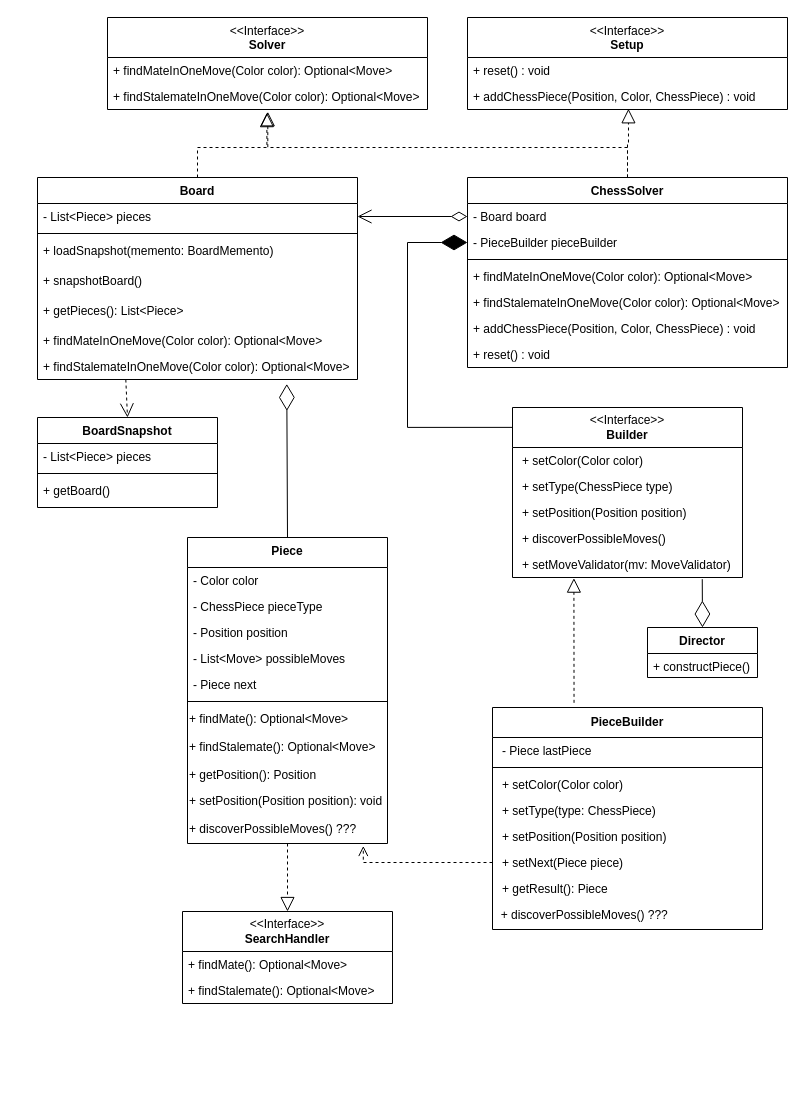
Earlier version of the draw.io diagram page "ChessSolver" (1 of 7) of docs/chess.drawio (krzkro4122/uj_chess-solver). Source tidied: cells renumbered, new cells numbered last; positions are measured from the earlier drawing's top-left corner, leaving out a move shared by most shapes. Both pictures are drawn from the tidied source at 100%, with x=0, y=0 at pixel (37, 17).
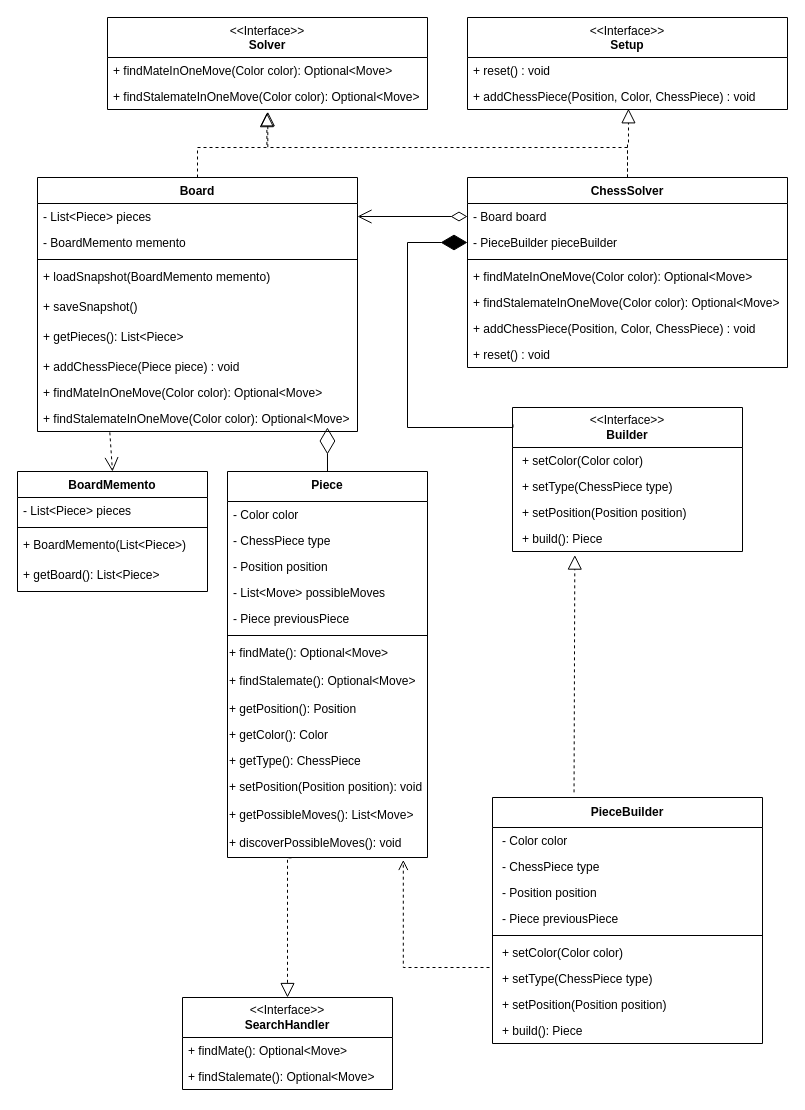
The same page after the edit.

Commit message:
Keeping the UML up to date

What changed in the source:
```diff
@@
-    <mxCell id="2" value="Director" style="swimlane;fontStyle=1;align=center;verticalAlign=top;horizontal=1;startSize=26;whiteSpace=wrap;html=1;" parent="1" vertex="1">
-      <mxGeometry x="610" y="610" width="110" height="50" as="geometry" />
-    </mxCell>
-    <mxCell id="3" value="+ constructPiece()" style="text;strokeColor=none;fillColor=none;align=left;verticalAlign=top;spacingLeft=4;spacingRight=4;overflow=hidden;whiteSpace=wrap;html=1;" parent="2" vertex="1">
-      <mxGeometry y="26" width="110" height="24" as="geometry" />
-    </mxCell>
-    <mxCell id="4" style="endArrow=diamondThin;endFill=0;endSize=24;html=1;rounded=0;entryX=0.5;entryY=0;entryDx=0;entryDy=0;exitX=0.825;exitY=1.065;exitDx=0;exitDy=0;exitPerimeter=0;" parent="1" edge="1" source="10" target="2">
-      <mxGeometry relative="1" as="geometry" />
-    </mxCell>
     <mxCell id="5" value="&amp;lt;&amp;lt;Interface&amp;gt;&amp;gt;&lt;br&gt;&lt;b&gt;Builder&lt;/b&gt;" style="swimlane;fontStyle=0;horizontal=1;startSize=40;fillColor=none;whiteSpace=wrap;html=1;" parent="1" vertex="1">
-      <mxGeometry x="475" y="390" width="230" height="170" as="geometry" />
+      <mxGeometry x="475" y="390" width="230" height="144" as="geometry" />
     </mxCell>
@@
-    <mxCell id="9" value="&lt;p style=&quot;border-color: var(--border-color); margin: 0px 0px 0px 4px;&quot;&gt;+ discoverPossibleMoves()&lt;/p&gt;&lt;p style=&quot;border-color: var(--border-color); margin: 0px 0px 0px 4px;&quot;&gt;&lt;br&gt;&lt;/p&gt;" style="text;strokeColor=none;fillColor=none;align=left;verticalAlign=top;spacingLeft=4;spacingRight=4;overflow=hidden;whiteSpace=wrap;html=1;" parent="5" vertex="1">
-      <mxGeometry y="118" width="230" height="26" as="geometry" />
-    </mxCell>
-    <mxCell id="10" value="&lt;p style=&quot;border-color: var(--border-color); margin: 0px 0px 0px 4px;&quot;&gt;+ setMoveValidator(mv: MoveValidator)&lt;br&gt;&lt;/p&gt;" style="text;strokeColor=none;fillColor=none;align=left;verticalAlign=top;spacingLeft=4;spacingRight=4;overflow=hidden;points=[[0,0.5],[1,0.5]];portConstraint=eastwest;whiteSpace=wrap;html=1;" parent="5" vertex="1">
-      <mxGeometry y="144" width="230" height="26" as="geometry" />
-    </mxCell>
+    <mxCell id="71" value="&lt;p style=&quot;border-color: var(--border-color); margin: 0px 0px 0px 4px;&quot;&gt;+ build(): Piece&lt;/p&gt;&lt;p style=&quot;border-color: var(--border-color); margin: 0px 0px 0px 4px;&quot;&gt;&lt;br&gt;&lt;/p&gt;" style="text;strokeColor=none;fillColor=none;align=left;verticalAlign=top;spacingLeft=4;spacingRight=4;overflow=hidden;points=[[0,0.5],[1,0.5]];portConstraint=eastwest;whiteSpace=wrap;html=1;" parent="5" vertex="1">
+      <mxGeometry y="118" width="230" height="26" as="geometry" />
+    </mxCell>
     <mxCell id="11" value="&lt;b&gt;PieceBuilder&lt;/b&gt;" style="swimlane;fontStyle=0;horizontal=1;startSize=30;fillColor=none;whiteSpace=wrap;html=1;" parent="1" vertex="1">
-      <mxGeometry x="455" y="690" width="270" height="222" as="geometry" />
+      <mxGeometry x="455" y="780" width="270" height="246" as="geometry" />
     </mxCell>
+    <mxCell id="72" value="&lt;p style=&quot;border-color: var(--border-color); margin: 0px 0px 0px 4px;&quot;&gt;- Color color&lt;/p&gt;" style="text;strokeColor=none;fillColor=none;align=left;verticalAlign=top;spacingLeft=4;spacingRight=4;overflow=hidden;whiteSpace=wrap;html=1;" parent="11" vertex="1">
+      <mxGeometry y="30" width="270" height="26" as="geometry" />
+    </mxCell>
-    <mxCell id="12" value="&lt;p style=&quot;border-color: var(--border-color); margin: 0px 0px 0px 4px;&quot;&gt;- Piece lastPiece&lt;/p&gt;&lt;p style=&quot;border-color: var(--border-color); margin: 0px 0px 0px 4px;&quot;&gt;&lt;br&gt;&lt;/p&gt;" style="text;strokeColor=none;fillColor=none;align=left;verticalAlign=top;spacingLeft=4;spacingRight=4;overflow=hidden;whiteSpace=wrap;html=1;" parent="11" vertex="1">
-      <mxGeometry y="30" width="270" height="26" as="geometry" />
+    <mxCell id="12" value="&lt;p style=&quot;border-color: var(--border-color); margin: 0px 0px 0px 4px;&quot;&gt;- ChessPiece type&lt;/p&gt;&lt;p style=&quot;border-color: var(--border-color); margin: 0px 0px 0px 4px;&quot;&gt;&lt;br&gt;&lt;/p&gt;" style="text;strokeColor=none;fillColor=none;align=left;verticalAlign=top;spacingLeft=4;spacingRight=4;overflow=hidden;whiteSpace=wrap;html=1;" parent="11" vertex="1">
+      <mxGeometry y="56" width="270" height="26" as="geometry" />
     </mxCell>
+    <mxCell id="73" value="&lt;p style=&quot;border-color: var(--border-color); margin: 0px 0px 0px 4px;&quot;&gt;- Position position&lt;/p&gt;&lt;p style=&quot;border-color: var(--border-color); margin: 0px 0px 0px 4px;&quot;&gt;&lt;br&gt;&lt;/p&gt;" style="text;strokeColor=none;fillColor=none;align=left;verticalAlign=top;spacingLeft=4;spacingRight=4;overflow=hidden;whiteSpace=wrap;html=1;" parent="11" vertex="1">
+      <mxGeometry y="82" width="270" height="26" as="geometry" />
+    </mxCell>
+    <mxCell id="74" value="&lt;p style=&quot;border-color: var(--border-color); margin: 0px 0px 0px 4px;&quot;&gt;- Piece previousPiece&lt;/p&gt;&lt;p style=&quot;border-color: var(--border-color); margin: 0px 0px 0px 4px;&quot;&gt;&lt;br&gt;&lt;/p&gt;" style="text;strokeColor=none;fillColor=none;align=left;verticalAlign=top;spacingLeft=4;spacingRight=4;overflow=hidden;whiteSpace=wrap;html=1;" parent="11" vertex="1">
+      <mxGeometry y="108" width="270" height="26" as="geometry" />
+    </mxCell>
     <mxCell id="13" style="line;strokeWidth=1;fillColor=none;align=left;verticalAlign=middle;spacingTop=-1;spacingLeft=3;spacingRight=3;labelPosition=right;strokeColor=inherit;" parent="11" vertex="1">
-      <mxGeometry y="56" width="270" height="8" as="geometry" />
+      <mxGeometry y="134" width="270" height="8" as="geometry" />
     </mxCell>
     <mxCell id="14" value="&lt;p style=&quot;border-color: var(--border-color); margin: 0px 0px 0px 4px;&quot;&gt;+ setColor(Color color)&lt;br style=&quot;border-color: var(--border-color);&quot;&gt;&lt;/p&gt;&lt;p style=&quot;border-color: var(--border-color); margin: 0px 0px 0px 4px;&quot;&gt;&lt;br&gt;&lt;/p&gt;" style="text;strokeColor=none;fillColor=none;align=left;verticalAlign=top;spacingLeft=4;spacingRight=4;overflow=hidden;whiteSpace=wrap;html=1;" parent="11" vertex="1">
-      <mxGeometry y="64" width="270" height="26" as="geometry" />
+      <mxGeometry y="142" width="270" height="26" as="geometry" />
     </mxCell>
-    <mxCell id="15" value="&lt;p style=&quot;border-color: var(--border-color); margin: 0px 0px 0px 4px;&quot;&gt;+ setType(type: ChessPiece)&lt;br style=&quot;border-color: var(--border-color);&quot;&gt;&lt;/p&gt;&lt;p style=&quot;border-color: var(--border-color); margin: 0px 0px 0px 4px;&quot;&gt;&lt;br&gt;&lt;/p&gt;" style="text;strokeColor=none;fillColor=none;align=left;verticalAlign=top;spacingLeft=4;spacingRight=4;overflow=hidden;whiteSpace=wrap;html=1;" parent="11" vertex="1">
-      <mxGeometry y="90" width="270" height="26" as="geometry" />
+    <mxCell id="15" value="&lt;p style=&quot;border-color: var(--border-color); margin: 0px 0px 0px 4px;&quot;&gt;+ setType(ChessPiece type)&lt;br style=&quot;border-color: var(--border-color);&quot;&gt;&lt;/p&gt;&lt;p style=&quot;border-color: var(--border-color); margin: 0px 0px 0px 4px;&quot;&gt;&lt;br&gt;&lt;/p&gt;" style="text;strokeColor=none;fillColor=none;align=left;verticalAlign=top;spacingLeft=4;spacingRight=4;overflow=hidden;whiteSpace=wrap;html=1;" parent="11" vertex="1">
+      <mxGeometry y="168" width="270" height="26" as="geometry" />
     </mxCell>
     <mxCell id="16" value="&lt;p style=&quot;border-color: var(--border-color); margin: 0px 0px 0px 4px;&quot;&gt;+ setPosition(Position position)&lt;br&gt;&lt;/p&gt;" style="text;strokeColor=none;fillColor=none;align=left;verticalAlign=top;spacingLeft=4;spacingRight=4;overflow=hidden;whiteSpace=wrap;html=1;" parent="11" vertex="1">
-      <mxGeometry y="116" width="270" height="26" as="geometry" />
+      <mxGeometry y="194" width="270" height="26" as="geometry" />
     </mxCell>
-    <mxCell id="17" value="&lt;p style=&quot;border-color: var(--border-color); margin: 0px 0px 0px 4px;&quot;&gt;+ setNext(Piece piece)&lt;br&gt;&lt;/p&gt;" style="text;strokeColor=none;fillColor=none;align=left;verticalAlign=top;spacingLeft=4;spacingRight=4;overflow=hidden;points=[[0,0.5],[1,0.5]];portConstraint=eastwest;whiteSpace=wrap;html=1;" parent="11" vertex="1">
-      <mxGeometry y="142" width="270" height="26" as="geometry" />
-    </mxCell>
-    <mxCell id="18" value="&lt;p style=&quot;border-color: var(--border-color); margin: 0px 0px 0px 4px;&quot;&gt;+ getResult(): Piece&lt;br&gt;&lt;/p&gt;" style="text;strokeColor=none;fillColor=none;align=left;verticalAlign=top;spacingLeft=4;spacingRight=4;overflow=hidden;whiteSpace=wrap;html=1;" parent="11" vertex="1">
-      <mxGeometry y="168" width="270" height="26" as="geometry" />
+    <mxCell id="18" value="&lt;p style=&quot;border-color: var(--border-color); margin: 0px 0px 0px 4px;&quot;&gt;+ build(): Piece&lt;br&gt;&lt;/p&gt;" style="text;strokeColor=none;fillColor=none;align=left;verticalAlign=top;spacingLeft=4;spacingRight=4;overflow=hidden;whiteSpace=wrap;html=1;" parent="11" vertex="1">
+      <mxGeometry y="220" width="270" height="26" as="geometry" />
     </mxCell>
-    <mxCell id="19" value="&amp;nbsp; + discoverPossibleMoves() ???" style="text;whiteSpace=wrap;html=1;" parent="11" vertex="1">
-      <mxGeometry y="194" width="270" height="28" as="geometry" />
-    </mxCell>
-    <mxCell id="20" style="endArrow=block;dashed=1;endFill=0;endSize=12;html=1;rounded=0;exitX=0.302;exitY=-0.021;exitDx=0;exitDy=0;exitPerimeter=0;entryX=0.267;entryY=1.024;entryDx=0;entryDy=0;entryPerimeter=0;" parent="1" edge="1" source="11" target="10">
+    <mxCell id="20" style="endArrow=block;dashed=1;endFill=0;endSize=12;html=1;rounded=0;exitX=0.302;exitY=-0.021;exitDx=0;exitDy=0;exitPerimeter=0;entryX=0.271;entryY=1.138;entryDx=0;entryDy=0;entryPerimeter=0;" parent="1" edge="1" source="11" target="71">
       <mxGeometry relative="1" as="geometry" />
     </mxCell>
     <mxCell id="21" value="Board" style="swimlane;fontStyle=1;align=center;verticalAlign=top;horizontal=1;startSize=26;whiteSpace=wrap;html=1;" parent="1" vertex="1">
-      <mxGeometry y="160" width="320" height="202" as="geometry" />
+      <mxGeometry y="160" width="320" height="254" as="geometry" />
     </mxCell>
@@
+    <mxCell id="75" value="- BoardMemento memento" style="text;strokeColor=none;fillColor=none;align=left;verticalAlign=top;spacingLeft=4;spacingRight=4;overflow=hidden;whiteSpace=wrap;html=1;" parent="21" vertex="1">
+      <mxGeometry y="52" width="320" height="26" as="geometry" />
+    </mxCell>
     <mxCell id="23" style="line;strokeWidth=1;fillColor=none;align=left;verticalAlign=middle;spacingTop=-1;spacingLeft=3;spacingRight=3;labelPosition=right;strokeColor=inherit;" parent="21" vertex="1">
-      <mxGeometry y="52" width="320" height="8" as="geometry" />
+      <mxGeometry y="78" width="320" height="8" as="geometry" />
     </mxCell>
-    <mxCell id="24" value="+ loadSnapshot(memento: BoardMemento)" style="text;strokeColor=none;fillColor=none;align=left;verticalAlign=top;spacingLeft=4;spacingRight=4;overflow=hidden;whiteSpace=wrap;html=1;" parent="21" vertex="1">
-      <mxGeometry y="60" width="320" height="30" as="geometry" />
+    <mxCell id="24" value="+ loadSnapshot(BoardMemento memento)" style="text;strokeColor=none;fillColor=none;align=left;verticalAlign=top;spacingLeft=4;spacingRight=4;overflow=hidden;whiteSpace=wrap;html=1;" parent="21" vertex="1">
+      <mxGeometry y="86" width="320" height="30" as="geometry" />
     </mxCell>
-    <mxCell id="25" value="+ snapshotBoard()" style="text;strokeColor=none;fillColor=none;align=left;verticalAlign=top;spacingLeft=4;spacingRight=4;overflow=hidden;whiteSpace=wrap;html=1;" parent="21" vertex="1">
-      <mxGeometry y="90" width="320" height="30" as="geometry" />
+    <mxCell id="25" value="+ saveSnapshot()" style="text;strokeColor=none;fillColor=none;align=left;verticalAlign=top;spacingLeft=4;spacingRight=4;overflow=hidden;whiteSpace=wrap;html=1;" parent="21" vertex="1">
+      <mxGeometry y="116" width="320" height="30" as="geometry" />
     </mxCell>
     <mxCell id="26" value="+ getPieces(): List&amp;lt;Piece&amp;gt;" style="text;strokeColor=none;fillColor=none;align=left;verticalAlign=top;spacingLeft=4;spacingRight=4;overflow=hidden;whiteSpace=wrap;html=1;" parent="21" vertex="1">
-      <mxGeometry y="120" width="320" height="30" as="geometry" />
+      <mxGeometry y="146" width="320" height="30" as="geometry" />
     </mxCell>
+    <mxCell id="76" value="+ addChessPiece(Piece piece) : void" style="text;align=left;verticalAlign=top;spacingLeft=4;spacingRight=4;overflow=hidden;rounded=0;shadow=0;html=0;" parent="21" vertex="1">
+      <mxGeometry y="176" width="320" height="26" as="geometry" />
+    </mxCell>
     <mxCell id="27" value="+&amp;nbsp;findMateInOneMove&lt;span style=&quot;background-color: initial;&quot;&gt;(Color color): Optional&amp;lt;Move&amp;gt;&lt;/span&gt;" style="text;strokeColor=none;fillColor=none;align=left;verticalAlign=top;spacingLeft=4;spacingRight=4;overflow=hidden;whiteSpace=wrap;html=1;" parent="21" vertex="1">
-      <mxGeometry y="150" width="320" height="26" as="geometry" />
+      <mxGeometry y="202" width="320" height="26" as="geometry" />
     </mxCell>
     <mxCell id="28" value="+&amp;nbsp;findStalemateInOneMove(Color color): Optional&amp;lt;Move&amp;gt;" style="text;strokeColor=none;fillColor=none;align=left;verticalAlign=top;spacingLeft=4;spacingRight=4;overflow=hidden;points=[[0,0.5],[1,0.5]];portConstraint=eastwest;whiteSpace=wrap;html=1;" parent="21" vertex="1">
-      <mxGeometry y="176" width="320" height="26" as="geometry" />
+      <mxGeometry y="228" width="320" height="26" as="geometry" />
     </mxCell>
-    <mxCell id="29" value="BoardSnapshot" style="swimlane;fontStyle=1;align=center;verticalAlign=top;horizontal=1;startSize=26;whiteSpace=wrap;html=1;" parent="1" vertex="1">
-      <mxGeometry y="400" width="180" height="90" as="geometry" />
+    <mxCell id="29" value="BoardMemento" style="swimlane;fontStyle=1;align=center;verticalAlign=top;horizontal=1;startSize=26;whiteSpace=wrap;html=1;" parent="1" vertex="1">
+      <mxGeometry x="-20" y="454" width="190" height="120" as="geometry" />
     </mxCell>
     <mxCell id="30" value="- List&amp;lt;Piece&amp;gt; pieces" style="text;strokeColor=none;fillColor=none;align=left;verticalAlign=top;spacingLeft=4;spacingRight=4;overflow=hidden;whiteSpace=wrap;html=1;" parent="29" vertex="1">
-      <mxGeometry y="26" width="180" height="26" as="geometry" />
+      <mxGeometry y="26" width="190" height="26" as="geometry" />
     </mxCell>
     <mxCell id="31" style="line;strokeWidth=1;fillColor=none;align=left;verticalAlign=middle;spacingTop=-1;spacingLeft=3;spacingRight=3;labelPosition=right;strokeColor=inherit;" parent="29" vertex="1">
-      <mxGeometry y="52" width="180" height="8" as="geometry" />
+      <mxGeometry y="52" width="190" height="8" as="geometry" />
     </mxCell>
-    <mxCell id="32" value="+ getBoard()" style="text;strokeColor=none;fillColor=none;align=left;verticalAlign=top;spacingLeft=4;spacingRight=4;overflow=hidden;whiteSpace=wrap;html=1;" parent="29" vertex="1">
-      <mxGeometry y="60" width="180" height="30" as="geometry" />
+    <mxCell id="32" value="+ BoardMemento(List&amp;lt;Piece&amp;gt;)&amp;nbsp;" style="text;strokeColor=none;fillColor=none;align=left;verticalAlign=top;spacingLeft=4;spacingRight=4;overflow=hidden;whiteSpace=wrap;html=1;" parent="29" vertex="1">
+      <mxGeometry y="60" width="190" height="30" as="geometry" />
     </mxCell>
+    <mxCell id="77" value="+ getBoard(): List&amp;lt;Piece&amp;gt;" style="text;strokeColor=none;fillColor=none;align=left;verticalAlign=top;spacingLeft=4;spacingRight=4;overflow=hidden;whiteSpace=wrap;html=1;" parent="29" vertex="1">
+      <mxGeometry y="90" width="190" height="30" as="geometry" />
+    </mxCell>
     <mxCell id="33" value="Piece" style="swimlane;fontStyle=1;align=center;verticalAlign=top;horizontal=1;startSize=30;whiteSpace=wrap;html=1;" parent="1" vertex="1">
-      <mxGeometry x="150" y="520" width="200" height="306" as="geometry" />
+      <mxGeometry x="190" y="454" width="200" height="386" as="geometry" />
     </mxCell>
@@
-    <mxCell id="35" value="- ChessPiece pieceType" style="text;align=left;verticalAlign=top;spacingLeft=4;spacingRight=4;overflow=hidden;rounded=0;shadow=0;html=0;" parent="33" vertex="1">
+    <mxCell id="35" value="- ChessPiece type" style="text;align=left;verticalAlign=top;spacingLeft=4;spacingRight=4;overflow=hidden;rounded=0;shadow=0;html=0;" parent="33" vertex="1">
       <mxGeometry y="56" width="200" height="26" as="geometry" />
     </mxCell>
@@
-    <mxCell id="38" value="- Piece next" style="text;align=left;verticalAlign=top;spacingLeft=4;spacingRight=4;overflow=hidden;rounded=0;shadow=0;html=0;" parent="33" vertex="1">
+    <mxCell id="38" value="- Piece previousPiece" style="text;align=left;verticalAlign=top;spacingLeft=4;spacingRight=4;overflow=hidden;rounded=0;shadow=0;html=0;" parent="33" vertex="1">
       <mxGeometry y="134" width="200" height="26" as="geometry" />
     </mxCell>
@@
+    <mxCell id="78" value="+ getColor(): Color" style="text;whiteSpace=wrap;html=1;" parent="33" vertex="1">
+      <mxGeometry y="250" width="200" height="26" as="geometry" />
+    </mxCell>
+    <mxCell id="79" value="+ getType(): ChessPiece" style="text;whiteSpace=wrap;html=1;" parent="33" vertex="1">
+      <mxGeometry y="276" width="200" height="26" as="geometry" />
+    </mxCell>
     <mxCell id="43" value="+ setPosition(Position position): void" style="text;whiteSpace=wrap;html=1;" parent="33" vertex="1">
-      <mxGeometry y="250" width="200" height="28" as="geometry" />
+      <mxGeometry y="302" width="200" height="28" as="geometry" />
     </mxCell>
+    <mxCell id="80" value="+ getPossibleMoves(): List&amp;lt;Move&amp;gt;" style="text;whiteSpace=wrap;html=1;" parent="33" vertex="1">
+      <mxGeometry y="330" width="200" height="28" as="geometry" />
+    </mxCell>
-    <mxCell id="44" value="+ discoverPossibleMoves() ???&lt;br&gt;" style="text;whiteSpace=wrap;html=1;" parent="33" vertex="1">
-      <mxGeometry y="278" width="200" height="28" as="geometry" />
+    <mxCell id="44" value="+ discoverPossibleMoves(): void" style="text;whiteSpace=wrap;html=1;" parent="33" vertex="1">
+      <mxGeometry y="358" width="200" height="28" as="geometry" />
     </mxCell>
@@
-    <mxCell id="61" style="endArrow=open;endSize=12;dashed=1;html=1;rounded=0;entryX=0.5;entryY=0;entryDx=0;entryDy=0;exitX=0.276;exitY=1.003;exitDx=0;exitDy=0;exitPerimeter=0;" parent="1" edge="1" source="28" target="29">
+    <mxCell id="61" style="endArrow=open;endSize=12;dashed=1;html=1;rounded=0;entryX=0.5;entryY=0;entryDx=0;entryDy=0;exitX=0.226;exitY=1.034;exitDx=0;exitDy=0;exitPerimeter=0;" parent="1" edge="1" source="28" target="29">
       <mxGeometry relative="1" as="geometry" />
     </mxCell>
@@
-    <mxCell id="63" style="endArrow=diamondThin;endFill=0;endSize=24;html=1;rounded=0;exitX=0.5;exitY=0;exitDx=0;exitDy=0;entryX=0.779;entryY=1.171;entryDx=0;entryDy=0;entryPerimeter=0;" parent="1" edge="1" source="33" target="28">
+    <mxCell id="63" style="endArrow=diamondThin;endFill=0;endSize=24;html=1;rounded=0;exitX=0.5;exitY=0;exitDx=0;exitDy=0;entryX=0.906;entryY=0.846;entryDx=0;entryDy=0;entryPerimeter=0;" parent="1" edge="1" source="33" target="28">
       <mxGeometry relative="1" as="geometry" />
     </mxCell>
     <mxCell id="64" value="&amp;lt;&amp;lt;Interface&amp;gt;&amp;gt;&lt;br&gt;&lt;b&gt;SearchHandler&lt;/b&gt;" style="swimlane;fontStyle=0;horizontal=1;startSize=40;fillColor=none;whiteSpace=wrap;html=1;" parent="1" vertex="1">
-      <mxGeometry x="145" y="894" width="210" height="92" as="geometry" />
+      <mxGeometry x="145" y="980" width="210" height="92" as="geometry" />
     </mxCell>
@@
-    <mxCell id="67" style="html=1;verticalAlign=bottom;endArrow=open;dashed=1;endSize=8;edgeStyle=orthogonalEdgeStyle;elbow=vertical;rounded=0;entryX=0.879;entryY=1.088;entryDx=0;entryDy=0;exitX=0;exitY=0.5;exitDx=0;exitDy=0;entryPerimeter=0;" parent="1" edge="1" source="17" target="44">
-      <mxGeometry relative="1" as="geometry" />
+    <mxCell id="67" style="html=1;verticalAlign=bottom;endArrow=open;dashed=1;endSize=8;edgeStyle=orthogonalEdgeStyle;elbow=vertical;rounded=0;entryX=0.879;entryY=1.088;entryDx=0;entryDy=0;exitX=0;exitY=0.5;exitDx=0;exitDy=0;entryPerimeter=0;" parent="1" edge="1" target="44">
+      <mxGeometry relative="1" as="geometry">
+        <mxPoint x="455" y="1013" as="sourcePoint" />
+        <Array as="points">
+          <mxPoint x="455" y="950" />
+          <mxPoint x="366" y="950" />
+        </Array>
+      </mxGeometry>
     </mxCell>
-    <mxCell id="68" style="endArrow=block;dashed=1;endFill=0;endSize=12;html=1;rounded=0;entryX=0.5;entryY=0;entryDx=0;entryDy=0;exitX=0.5;exitY=1;exitDx=0;exitDy=0;edgeStyle=orthogonalEdgeStyle;" parent="1" edge="1" source="44" target="64">
-      <mxGeometry relative="1" as="geometry" />
+    <mxCell id="68" style="endArrow=block;dashed=1;endFill=0;endSize=12;html=1;rounded=0;entryX=0.5;entryY=0;entryDx=0;entryDy=0;exitX=0.32;exitY=1.011;exitDx=0;exitDy=0;edgeStyle=orthogonalEdgeStyle;exitPerimeter=0;" parent="1" edge="1" source="44" target="64">
+      <mxGeometry relative="1" as="geometry">
+        <Array as="points">
+          <mxPoint x="250" y="840" />
+        </Array>
+      </mxGeometry>
     </mxCell>
```
